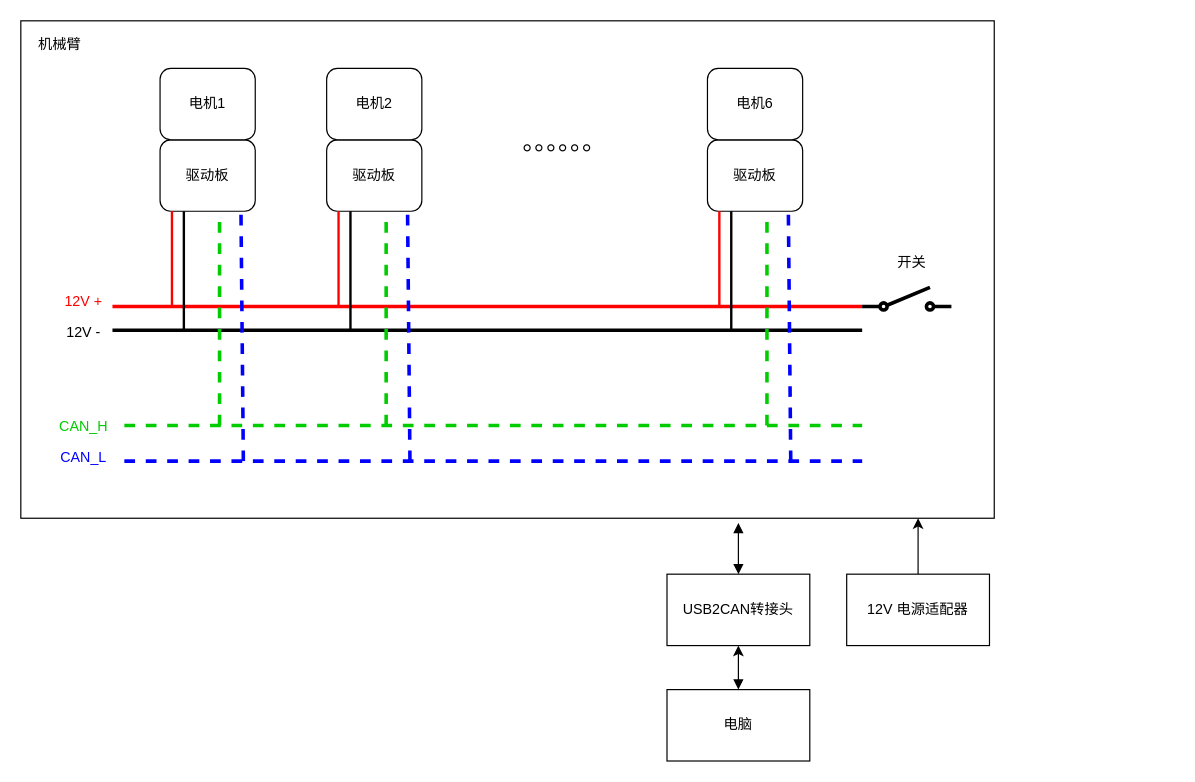
Before: page "第 2 页" (2 of 2) of 未命名绘图.drawio in enpeizhao/drawio_disk, a draw.io diagram. Source tidied: cells renumbered, new cells numbered last; positions are measured from the earlier drawing's top-left corner, leaving out a move shared by most shapes. Both pictures are drawn from the tidied source at 119%, with x=0, y=0 at pixel (20, 20).
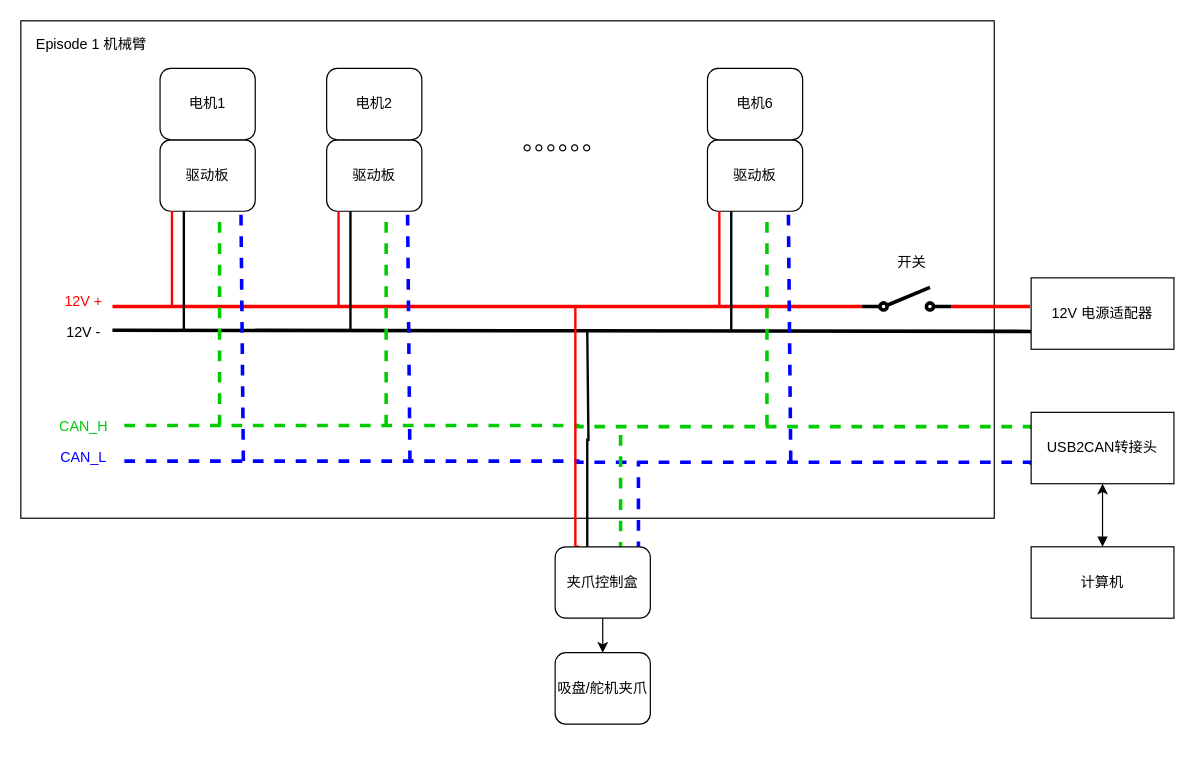
After the change.

Commit message:
更新未命名绘图.drawio

Unchanged cells that the change refers to:
```xml
<mxCell id="31" style="html=1;shape=mxgraph.electrical.electro-mechanical.singleSwitch;elSwitchState=off;strokeWidth=3;" parent="1" vertex="1">
  <mxGeometry x="707" y="224" width="75" height="20" as="geometry" />
</mxCell>
```

Diff of the diagram source:
```diff
@@
-    <mxCell id="3" style="endArrow=none;dashed=1;html=1;rounded=0;strokeWidth=3;strokeColor=#00CC00;" parent="1" edge="1">
+    <mxCell id="3" style="endArrow=none;dashed=1;html=1;rounded=0;strokeWidth=3;strokeColor=#00CC00;entryX=0;entryY=0.25;entryDx=0;entryDy=0;edgeStyle=orthogonalEdgeStyle;" parent="1" edge="1" target="36">
       <mxGeometry relative="1" as="geometry">
         <mxPoint x="87" y="340" as="sourcePoint" />
-        <mxPoint x="707" y="340" as="targetPoint" />
+        <Array as="points">
+          <mxPoint x="468" y="340" />
+          <mxPoint x="468" y="341" />
+          <mxPoint x="849" y="341" />
+        </Array>
       </mxGeometry>
     </mxCell>
-    <mxCell id="4" style="endArrow=none;dashed=1;html=1;rounded=0;strokeWidth=3;strokeColor=#0000FF;" parent="1" edge="1">
+    <mxCell id="4" style="endArrow=none;dashed=1;html=1;rounded=0;strokeWidth=3;strokeColor=#0000FF;entryX=0;entryY=0.75;entryDx=0;entryDy=0;edgeStyle=orthogonalEdgeStyle;" parent="1" edge="1" target="36">
       <mxGeometry relative="1" as="geometry">
         <mxPoint x="87" y="370" as="sourcePoint" />
-        <mxPoint x="707" y="370" as="targetPoint" />
+        <Array as="points">
+          <mxPoint x="468" y="370" />
+          <mxPoint x="849" y="371" />
+        </Array>
       </mxGeometry>
     </mxCell>
@@
-    <mxCell id="6" style="endArrow=none;html=1;rounded=0;strokeWidth=3;strokeColor=#000000;" parent="1" edge="1">
+    <mxCell id="6" style="endArrow=none;html=1;rounded=0;strokeWidth=3;strokeColor=#000000;edgeStyle=orthogonalEdgeStyle;entryX=0;entryY=0.75;entryDx=0;entryDy=0;" parent="1" edge="1" target="34">
       <mxGeometry relative="1" as="geometry">
         <mxPoint x="77" y="260" as="sourcePoint" />
-        <mxPoint x="707" y="260" as="targetPoint" />
       </mxGeometry>
     </mxCell>
@@
-    <mxCell id="30" value="机械臂" style="text;html=1;align=center;verticalAlign=middle;whiteSpace=wrap;rounded=0;" parent="1" vertex="1">
-      <mxGeometry x="3" y="5" width="60" height="30" as="geometry" />
+    <mxCell id="30" value="Episode 1 机械臂" style="text;html=1;align=center;verticalAlign=middle;whiteSpace=wrap;rounded=0;" parent="1" vertex="1">
+      <mxGeometry x="3" y="5" width="113" height="30" as="geometry" />
     </mxCell>
+    <mxCell id="39" style="edgeStyle=orthogonalEdgeStyle;rounded=0;jettySize=auto;html=1;exitX=1;exitY=0.8;exitDx=0;exitDy=0;entryX=-0.008;entryY=0.4;entryDx=0;entryDy=0;strokeWidth=3;endArrow=none;startFill=0;entryPerimeter=0;strokeColor=#FF0000;" parent="1" edge="1" source="31" target="34">
+      <mxGeometry relative="1" as="geometry" />
+    </mxCell>
@@
-    <mxCell id="33" style="edgeStyle=orthogonalEdgeStyle;rounded=0;jettySize=auto;html=1;" parent="1" edge="1" source="34">
-      <mxGeometry relative="1" as="geometry">
-        <mxPoint x="754" y="418" as="targetPoint" />
-      </mxGeometry>
-    </mxCell>
     <mxCell id="34" value="12V 电源适配器" style="rounded=0;whiteSpace=wrap;html=1;" parent="1" vertex="1">
-      <mxGeometry x="694" y="465" width="120" height="60" as="geometry" />
+      <mxGeometry x="849" y="216" width="120" height="60" as="geometry" />
     </mxCell>
-    <mxCell id="35" style="edgeStyle=orthogonalEdgeStyle;rounded=0;jettySize=auto;html=1;endArrow=block;endFill=1;startArrow=block;startFill=1;" parent="1" edge="1" source="36">
-      <mxGeometry relative="1" as="geometry">
-        <mxPoint x="603" y="422" as="targetPoint" />
-      </mxGeometry>
-    </mxCell>
     <mxCell id="36" value="USB2CAN转接头" style="rounded=0;whiteSpace=wrap;html=1;" parent="1" vertex="1">
-      <mxGeometry x="543" y="465" width="120" height="60" as="geometry" />
+      <mxGeometry x="849" y="329" width="120" height="60" as="geometry" />
     </mxCell>
@@
-    <mxCell id="38" value="电脑" style="rounded=0;whiteSpace=wrap;html=1;" parent="1" vertex="1">
-      <mxGeometry x="543" y="562" width="120" height="60" as="geometry" />
+    <mxCell id="38" value="计算机" style="rounded=0;whiteSpace=wrap;html=1;" parent="1" vertex="1">
+      <mxGeometry x="849" y="442" width="120" height="60" as="geometry" />
     </mxCell>
+    <mxCell id="40" value="吸盘/舵机夹爪" style="rounded=1;whiteSpace=wrap;html=1;" parent="1" vertex="1">
+      <mxGeometry x="449" y="531" width="80" height="60" as="geometry" />
+    </mxCell>
+    <mxCell id="41" style="endArrow=none;html=1;rounded=0;strokeColor=#FF0000;strokeWidth=2;exitX=0.25;exitY=0;exitDx=0;exitDy=0;edgeStyle=orthogonalEdgeStyle;" parent="1" edge="1" source="46">
+      <mxGeometry relative="1" as="geometry">
+        <mxPoint x="466" y="239" as="targetPoint" />
+        <Array as="points">
+          <mxPoint x="466" y="442" />
+        </Array>
+      </mxGeometry>
+    </mxCell>
+    <mxCell id="42" style="endArrow=none;html=1;rounded=0;strokeWidth=2;edgeStyle=orthogonalEdgeStyle;" parent="1" edge="1">
+      <mxGeometry relative="1" as="geometry">
+        <mxPoint x="474" y="442" as="sourcePoint" />
+        <mxPoint x="476" y="261" as="targetPoint" />
+        <Array as="points">
+          <mxPoint x="474" y="443" />
+          <mxPoint x="476" y="443" />
+          <mxPoint x="476" y="352" />
+          <mxPoint x="477" y="352" />
+          <mxPoint x="477" y="261" />
+        </Array>
+      </mxGeometry>
+    </mxCell>
+    <mxCell id="43" style="endArrow=none;dashed=1;html=1;rounded=0;strokeWidth=3;strokeColor=#00CC00;edgeStyle=orthogonalEdgeStyle;" parent="1" edge="1">
+      <mxGeometry relative="1" as="geometry">
+        <mxPoint x="502" y="443" as="sourcePoint" />
+        <mxPoint x="504" y="339" as="targetPoint" />
+        <Array as="points">
+          <mxPoint x="502" y="444" />
+          <mxPoint x="504" y="444" />
+        </Array>
+      </mxGeometry>
+    </mxCell>
+    <mxCell id="44" style="endArrow=none;dashed=1;html=1;rounded=0;strokeWidth=3;strokeColor=#0000FF;entryX=0.85;entryY=1.017;entryDx=0;entryDy=0;entryPerimeter=0;edgeStyle=orthogonalEdgeStyle;" parent="1" edge="1">
+      <mxGeometry relative="1" as="geometry">
+        <mxPoint x="519" y="446.5" as="sourcePoint" />
+        <mxPoint x="519" y="370" as="targetPoint" />
+      </mxGeometry>
+    </mxCell>
+    <mxCell id="45" style="edgeStyle=orthogonalEdgeStyle;rounded=0;jettySize=auto;html=1;" parent="1" edge="1" source="46" target="40">
+      <mxGeometry relative="1" as="geometry" />
+    </mxCell>
+    <mxCell id="46" value="夹爪控制盒" style="rounded=1;whiteSpace=wrap;html=1;" parent="1" vertex="1">
+      <mxGeometry x="449" y="442" width="80" height="60" as="geometry" />
+    </mxCell>
```
